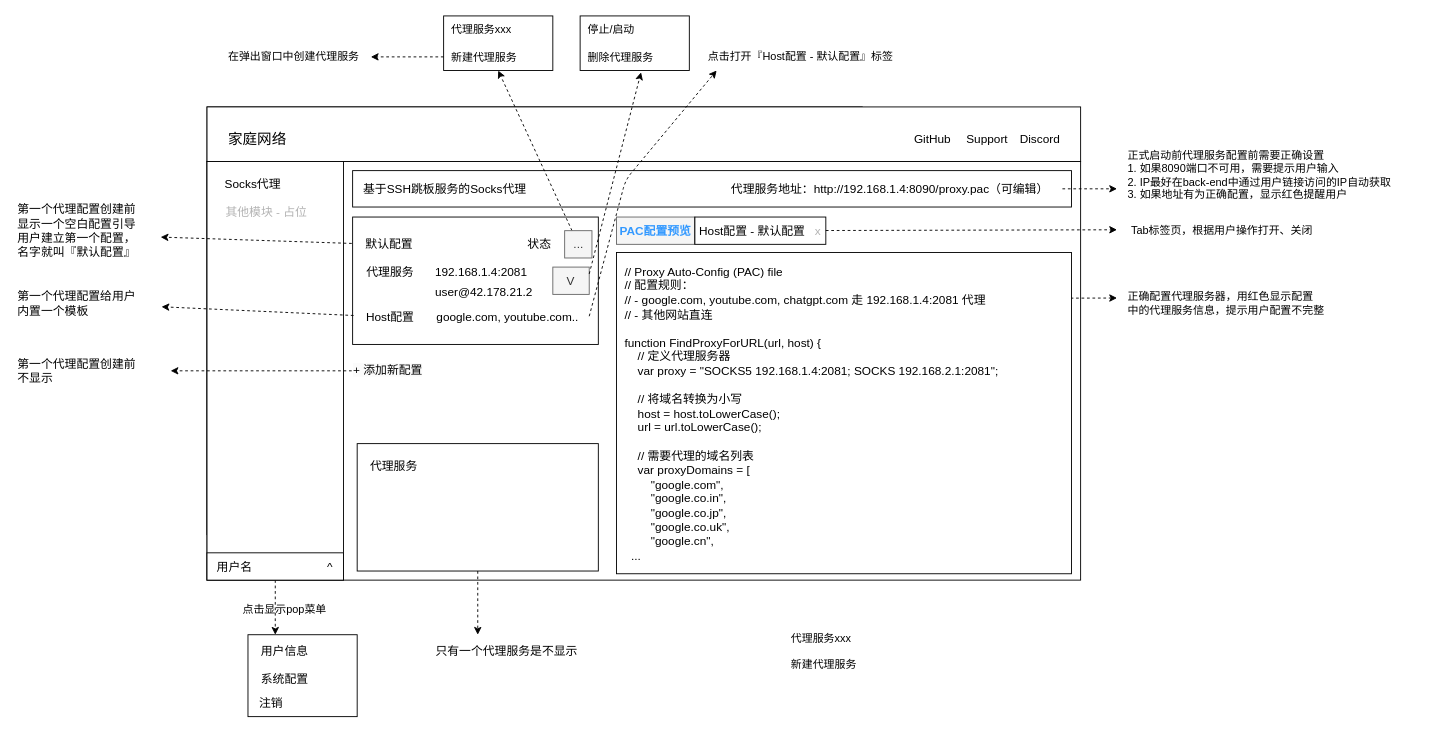
Earlier version of the draw.io diagram page "总体UI设计" (1 of 4) of docs/原始文档/imgs/UI设计.drawio (larrinluo/home_proxy_docker). Source tidied: cells renumbered, new cells numbered last; positions are measured from the earlier drawing's top-left corner, leaving out a move shared by most shapes. Both pictures are drawn from the tidied source at 91%, with x=0, y=0 at pixel (15, 15).
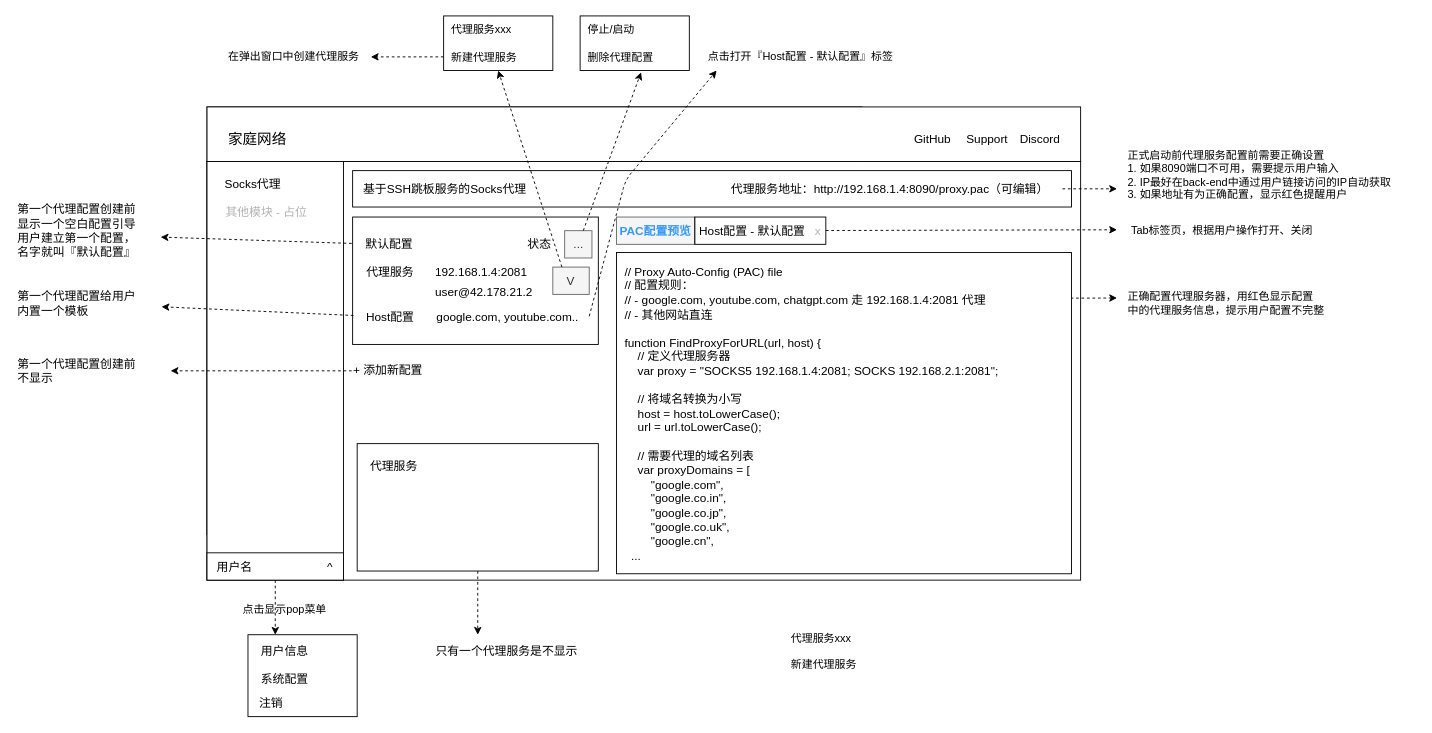
Above is the later version.

Unchanged cells that the change refers to:
```xml
<mxCell id="24" value="V" style="text;html=1;strokeColor=#666666;fillColor=#f5f5f5;align=center;verticalAlign=middle;whiteSpace=wrap;rounded=0;fontSize=13;fontColor=#333333;" parent="1" vertex="1">
  <mxGeometry x="590" y="276" width="40" height="30" as="geometry" />
</mxCell>
<mxCell id="44" value="..." style="text;html=1;align=center;verticalAlign=middle;points=[];strokeColor=#666666;fillColor=#f5f5f5;fontSize=13;fontColor=#333333;" parent="1" vertex="1">
  <mxGeometry x="603" y="236" width="30" height="30" as="geometry" />
</mxCell>
<mxCell id="45" value="&lt;span style=&quot;font-size: 12px;&quot;&gt;&amp;nbsp; 代理服务xxx&lt;/span&gt;&lt;br style=&quot;border-color: rgb(218, 220, 224); font-size: 12px;&quot;&gt;&lt;br style=&quot;border-color: rgb(218, 220, 224); font-size: 12px;&quot;&gt;&lt;span style=&quot;font-size: 12px;&quot;&gt;&amp;nbsp; 新建代理服务&lt;/span&gt;" style="rounded=0;whiteSpace=wrap;html=1;strokeColor=default;fontSize=13;align=left;" parent="1" vertex="1">
  <mxGeometry x="470" width="120" height="60" as="geometry" />
</mxCell>
```

Diff of the diagram source:
```diff
@@
-    <mxCell id="43" style="edgeStyle=none;html=1;dashed=1;entryX=0.5;entryY=1;entryDx=0;entryDy=0;" parent="1" edge="1" source="44" target="45">
+    <mxCell id="43" style="edgeStyle=none;html=1;dashed=1;entryX=0.5;entryY=1;entryDx=0;entryDy=0;exitX=0.25;exitY=0;exitDx=0;exitDy=0;" parent="1" edge="1" source="24" target="45">
       <mxGeometry relative="1" as="geometry" />
     </mxCell>
@@
-    <mxCell id="47" value="&lt;span style=&quot;font-size: 12px;&quot;&gt;&amp;nbsp; 停止/启动&lt;/span&gt;&lt;br style=&quot;border-color: rgb(218, 220, 224); font-size: 12px;&quot;&gt;&lt;br style=&quot;border-color: rgb(218, 220, 224); font-size: 12px;&quot;&gt;&lt;span style=&quot;font-size: 12px;&quot;&gt;&amp;nbsp; 删除代理服务&lt;/span&gt;" style="rounded=0;whiteSpace=wrap;html=1;strokeColor=default;fontSize=13;align=left;" parent="1" vertex="1">
+    <mxCell id="47" value="&lt;span style=&quot;font-size: 12px;&quot;&gt;&amp;nbsp; 停止/启动&lt;/span&gt;&lt;br style=&quot;border-color: rgb(218, 220, 224); font-size: 12px;&quot;&gt;&lt;br style=&quot;border-color: rgb(218, 220, 224); font-size: 12px;&quot;&gt;&lt;span style=&quot;font-size: 12px;&quot;&gt;&amp;nbsp; 删除代理配置&lt;/span&gt;" style="rounded=0;whiteSpace=wrap;html=1;strokeColor=default;fontSize=13;align=left;" parent="1" vertex="1">
       <mxGeometry x="620" width="120" height="60" as="geometry" />
     </mxCell>
-    <mxCell id="48" style="edgeStyle=none;html=1;dashed=1;entryX=0.558;entryY=1.033;entryDx=0;entryDy=0;entryPerimeter=0;exitX=1;exitY=0.25;exitDx=0;exitDy=0;" parent="1" edge="1" source="24" target="47">
+    <mxCell id="48" style="edgeStyle=none;html=1;dashed=1;entryX=0.558;entryY=1.033;entryDx=0;entryDy=0;entryPerimeter=0;" parent="1" edge="1" source="44" target="47">
       <mxGeometry relative="1" as="geometry" />
     </mxCell>
```
